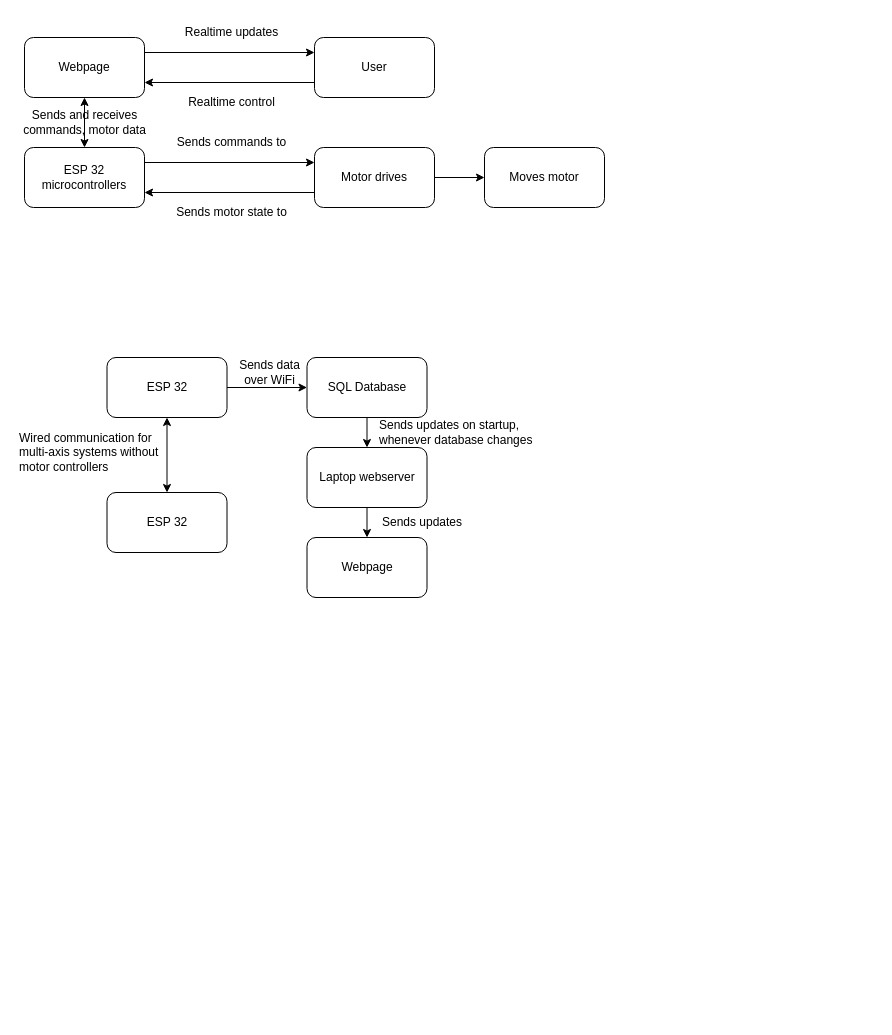
Above: Project flow diagram.drawio in geraldekhs/Demo-room-planning (draw.io), before the change. Source tidied: cells renumbered, new cells numbered last; positions are measured from the earlier drawing's top-left corner, leaving out a move shared by most shapes. Both pictures are drawn from the tidied source at 100%, with x=0, y=0 at pixel (16, 17).
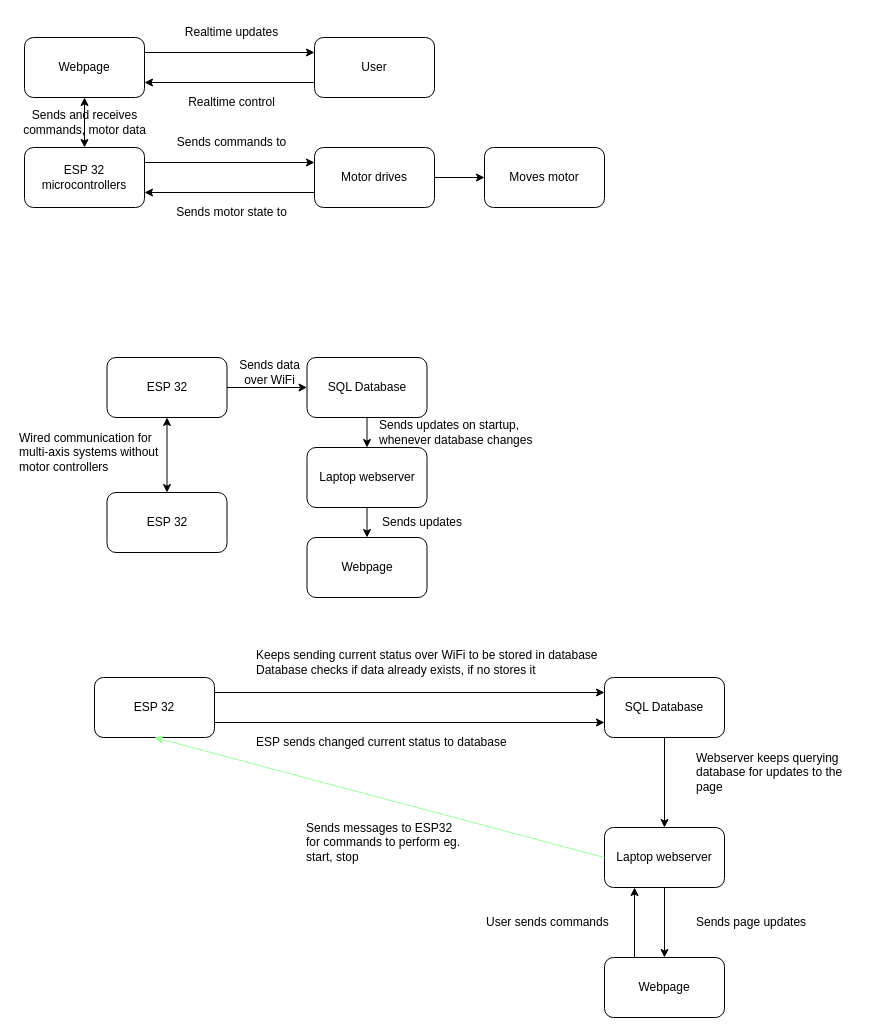
The same diagram, later.

What changed in the source:
```diff
@@
+    <mxCell id="31" style="edgeStyle=orthogonalEdgeStyle;rounded=0;jettySize=auto;html=1;exitX=1;exitY=0.25;exitDx=0;exitDy=0;entryX=0;entryY=0.25;entryDx=0;entryDy=0;" parent="1" edge="1" source="32" target="38">
+      <mxGeometry relative="1" as="geometry" />
+    </mxCell>
+    <mxCell id="32" value="ESP 32" style="rounded=1;whiteSpace=wrap;html=1;" parent="1" vertex="1">
+      <mxGeometry x="78" y="660" width="120" height="60" as="geometry" />
+    </mxCell>
+    <mxCell id="33" style="edgeStyle=orthogonalEdgeStyle;rounded=0;jettySize=auto;html=1;exitX=0.5;exitY=1;exitDx=0;exitDy=0;entryX=0.5;entryY=0;entryDx=0;entryDy=0;" parent="1" edge="1" source="34" target="36">
+      <mxGeometry relative="1" as="geometry" />
+    </mxCell>
+    <mxCell id="34" value="Laptop webserver" style="rounded=1;whiteSpace=wrap;html=1;" parent="1" vertex="1">
+      <mxGeometry x="588" y="810" width="120" height="60" as="geometry" />
+    </mxCell>
+    <mxCell id="35" style="edgeStyle=orthogonalEdgeStyle;rounded=0;jettySize=auto;html=1;exitX=0.25;exitY=0;exitDx=0;exitDy=0;entryX=0.25;entryY=1;entryDx=0;entryDy=0;" parent="1" edge="1" source="36" target="34">
+      <mxGeometry relative="1" as="geometry" />
+    </mxCell>
+    <mxCell id="36" value="Webpage" style="rounded=1;whiteSpace=wrap;html=1;" parent="1" vertex="1">
+      <mxGeometry x="588" y="940" width="120" height="60" as="geometry" />
+    </mxCell>
+    <mxCell id="37" style="edgeStyle=orthogonalEdgeStyle;rounded=0;jettySize=auto;html=1;exitX=0.5;exitY=1;exitDx=0;exitDy=0;entryX=0.5;entryY=0;entryDx=0;entryDy=0;" parent="1" edge="1" source="38" target="34">
+      <mxGeometry relative="1" as="geometry" />
+    </mxCell>
+    <mxCell id="38" value="SQL Database" style="rounded=1;whiteSpace=wrap;html=1;" parent="1" vertex="1">
+      <mxGeometry x="588" y="660" width="120" height="60" as="geometry" />
+    </mxCell>
+    <mxCell id="39" value="Keeps sending current status over WiFi to be stored in database&lt;br&gt;Database checks if data already exists, if no stores it" style="text;html=1;strokeColor=none;fillColor=none;align=left;verticalAlign=middle;whiteSpace=wrap;rounded=0;" parent="1" vertex="1">
+      <mxGeometry x="238" y="630" width="350" height="30" as="geometry" />
+    </mxCell>
+    <mxCell id="40" value="Sends page updates" style="text;html=1;strokeColor=none;fillColor=none;align=left;verticalAlign=middle;whiteSpace=wrap;rounded=0;" parent="1" vertex="1">
+      <mxGeometry x="678" y="890" width="180" height="30" as="geometry" />
+    </mxCell>
+    <mxCell id="41" value="Webserver keeps querying database for updates to the page" style="text;html=1;strokeColor=none;fillColor=none;align=left;verticalAlign=middle;whiteSpace=wrap;rounded=0;" parent="1" vertex="1">
+      <mxGeometry x="678" y="740" width="150" height="30" as="geometry" />
+    </mxCell>
+    <mxCell id="42" value="User sends commands" style="text;html=1;strokeColor=none;fillColor=none;align=left;verticalAlign=middle;whiteSpace=wrap;rounded=0;" parent="1" vertex="1">
+      <mxGeometry x="468" y="890" width="180" height="30" as="geometry" />
+    </mxCell>
+    <mxCell id="43" style="endArrow=classic;html=1;rounded=0;exitX=0;exitY=0.5;exitDx=0;exitDy=0;entryX=0.5;entryY=1;entryDx=0;entryDy=0;strokeColor=#99FF99;" parent="1" edge="1" source="34" target="32">
+      <mxGeometry relative="1" as="geometry" />
+    </mxCell>
+    <mxCell id="44" value="Sends messages to ESP32&lt;br&gt;for commands to perform eg.&lt;br&gt;start, stop" style="text;html=1;strokeColor=none;fillColor=none;align=left;verticalAlign=middle;whiteSpace=wrap;rounded=0;" parent="1" vertex="1">
+      <mxGeometry x="288" y="810" width="180" height="30" as="geometry" />
+    </mxCell>
+    <mxCell id="45" style="endArrow=classic;html=1;rounded=0;exitX=1;exitY=0.75;exitDx=0;exitDy=0;entryX=0;entryY=0.75;entryDx=0;entryDy=0;" parent="1" edge="1" source="32" target="38">
+      <mxGeometry relative="1" as="geometry" />
+    </mxCell>
+    <mxCell id="46" value="ESP sends changed current status to database" style="text;html=1;strokeColor=none;fillColor=none;align=left;verticalAlign=middle;whiteSpace=wrap;rounded=0;" parent="1" vertex="1">
+      <mxGeometry x="238" y="710" width="350" height="30" as="geometry" />
+    </mxCell>
```
